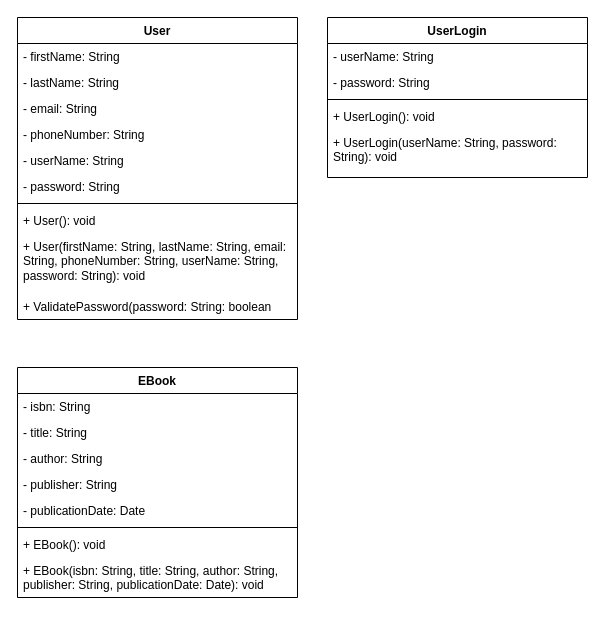
Before: Documents/UMLClassDiagrams.drawio in MTeixeiraGCU/CST-341-CLC-Project, a draw.io diagram. Source tidied: cells renumbered, new cells numbered last; positions are measured from the earlier drawing's top-left corner, leaving out a move shared by most shapes. Both pictures are drawn from the tidied source at 100%, with x=0, y=0 at pixel (17, 17).
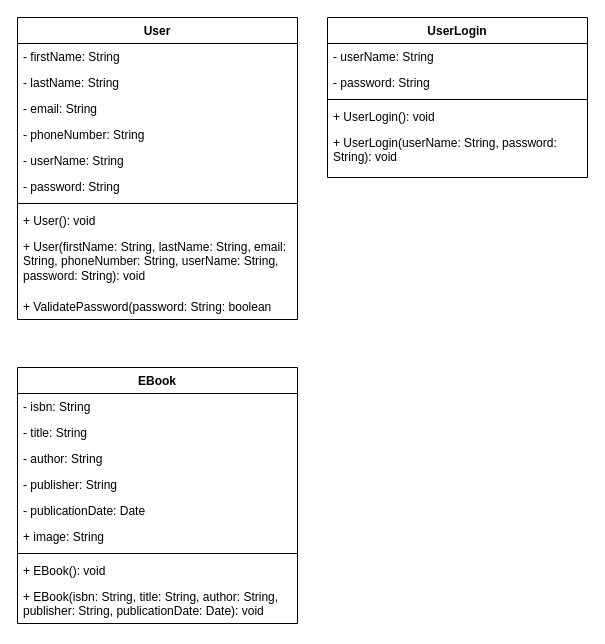
The same diagram, later.

The edit, as a diff of the source:
```diff
@@
     <mxCell id="19" value="EBook" style="swimlane;fontStyle=1;align=center;verticalAlign=top;horizontal=1;startSize=26;" parent="1" vertex="1">
-      <mxGeometry y="350" width="280" height="230" as="geometry" />
+      <mxGeometry y="350" width="280" height="256" as="geometry" />
     </mxCell>
@@
+    <mxCell id="28" value="+ image: String&#10;" style="text;strokeColor=none;fillColor=none;align=left;verticalAlign=top;spacingLeft=4;spacingRight=4;overflow=hidden;" parent="19" vertex="1">
+      <mxGeometry y="156" width="280" height="26" as="geometry" />
+    </mxCell>
     <mxCell id="25" style="line;strokeWidth=1;fillColor=none;align=left;verticalAlign=middle;spacingTop=-1;spacingLeft=3;spacingRight=3;labelPosition=right;" parent="19" vertex="1">
-      <mxGeometry y="156" width="280" height="8" as="geometry" />
+      <mxGeometry y="182" width="280" height="8" as="geometry" />
     </mxCell>
     <mxCell id="26" value="+ EBook(): void" style="text;strokeColor=none;fillColor=none;align=left;verticalAlign=top;spacingLeft=4;spacingRight=4;overflow=hidden;" parent="19" vertex="1">
-      <mxGeometry y="164" width="280" height="26" as="geometry" />
+      <mxGeometry y="190" width="280" height="26" as="geometry" />
     </mxCell>
     <mxCell id="27" value="+ EBook(isbn: String, title: String, author: String, publisher: String, publicationDate: Date): void" style="text;strokeColor=none;fillColor=none;align=left;verticalAlign=top;spacingLeft=4;spacingRight=4;overflow=hidden;whiteSpace=wrap;" parent="19" vertex="1">
-      <mxGeometry y="190" width="280" height="40" as="geometry" />
+      <mxGeometry y="216" width="280" height="40" as="geometry" />
     </mxCell>
```
